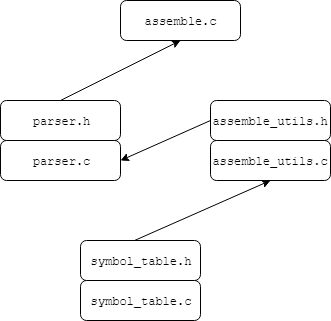
The draw.io diagram doc/diagrams/AssemblerDependencies.png in Hilly12/arm11-02-2019, before a commit. Source tidied: cells renumbered, new cells last; positions are measured from the earlier drawing's top-left corner, leaving out a move shared by most shapes.
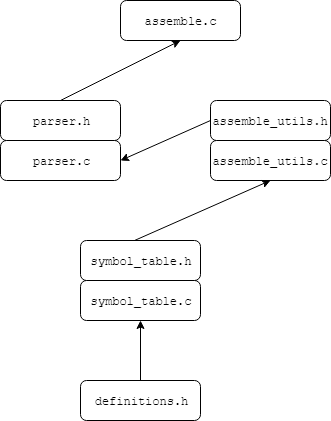
The same diagram one commit later.

Diff of the diagram source:
```diff
@@ -53,5 +53,14 @@
     <mxCell id="18" value="&lt;font face=&quot;Courier New&quot;&gt;symbol_table.c&lt;/font&gt;" style="text;html=1;strokeColor=none;fillColor=none;align=center;verticalAlign=middle;whiteSpace=wrap;rounded=0;" parent="1" vertex="1">
       <mxGeometry x="120" y="290" width="40" height="20" as="geometry" />
     </mxCell>
+    <mxCell id="19" style="rounded=1;whiteSpace=wrap;html=1;" parent="1" vertex="1">
+      <mxGeometry x="80" y="380" width="120" height="40" as="geometry" />
+    </mxCell>
+    <mxCell id="20" style="endArrow=classic;html=1;entryX=0.5;entryY=1;entryDx=0;entryDy=0;exitX=0.5;exitY=0;exitDx=0;exitDy=0;" parent="1" edge="1" source="19" target="14">
+      <mxGeometry relative="1" as="geometry" />
+    </mxCell>
+    <mxCell id="21" value="&lt;font face=&quot;Courier New&quot;&gt;definitions.h&lt;/font&gt;" style="text;html=1;strokeColor=none;fillColor=none;align=center;verticalAlign=middle;whiteSpace=wrap;rounded=0;" parent="1" vertex="1">
+      <mxGeometry x="120" y="390" width="40" height="20" as="geometry" />
+    </mxCell>
   </root>
 </mxGraphModel>
```
